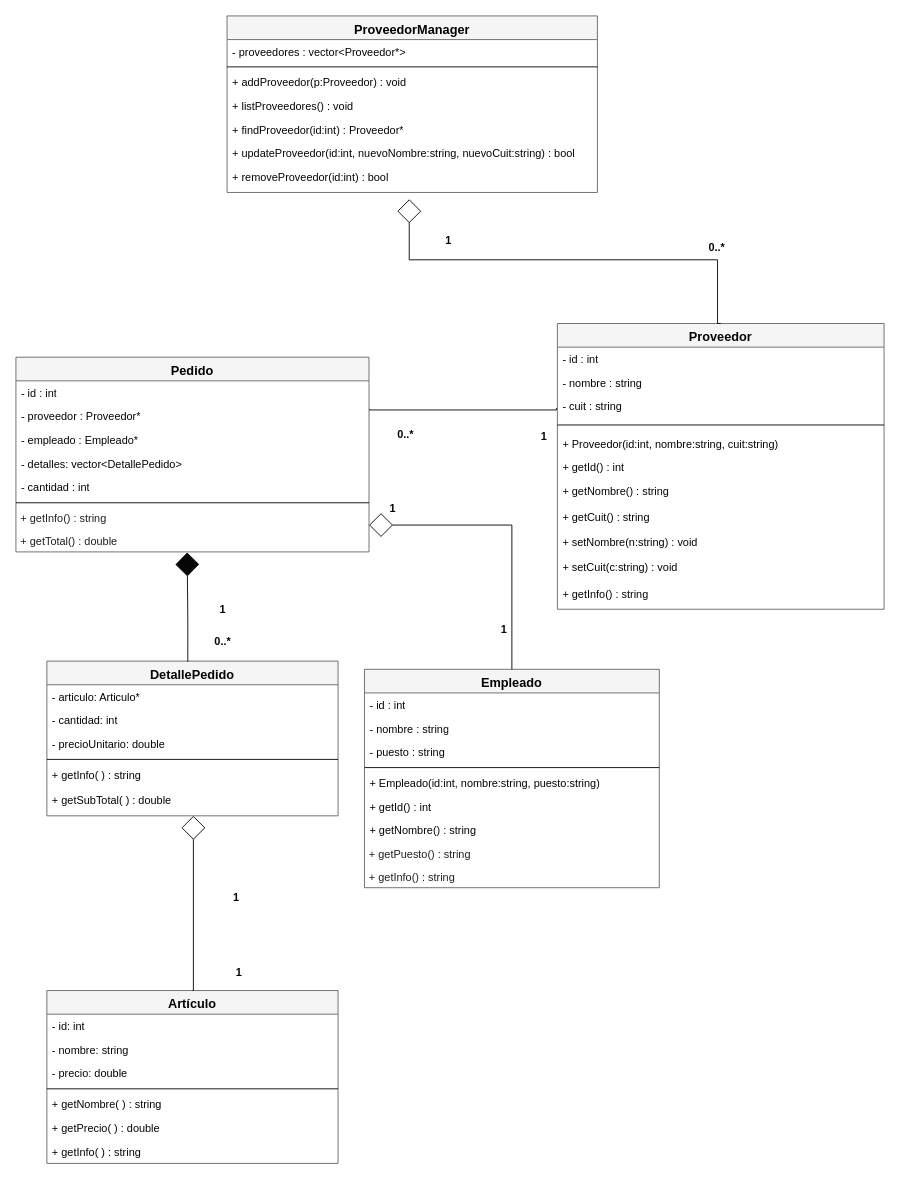
Earlier version of the draw.io diagram uml/diagrama.drawio (JasmineSaavedra28/final). Source tidied: cells renumbered, new cells numbered last; positions are measured from the earlier drawing's top-left corner, leaving out a move shared by most shapes. Both pictures are drawn from the tidied source at 91%, with x=0, y=0 at pixel (15, 15).
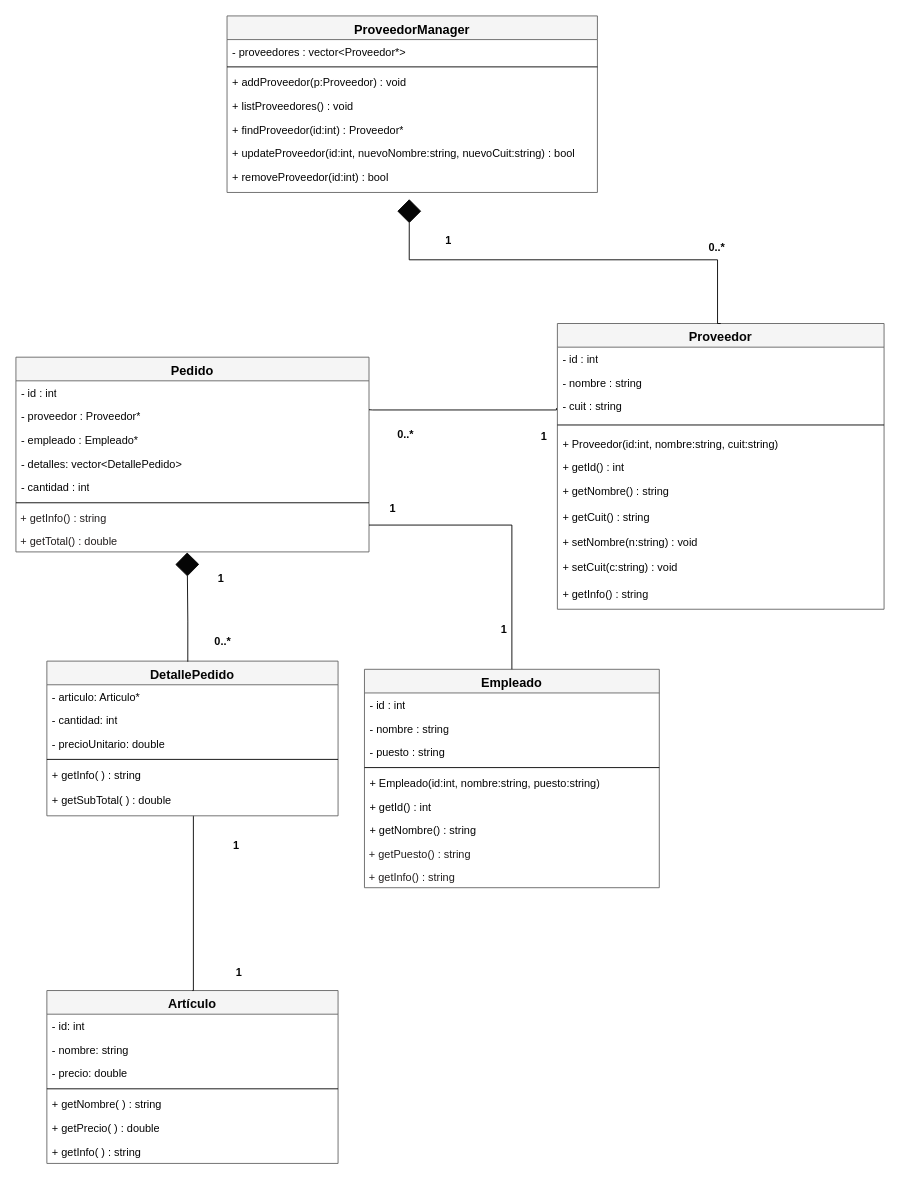
The same page after the edit.

The change refers to these unchanged cells:
```xml
<mxCell id="2" value="&lt;span style=&quot;font-size: 14px;&quot;&gt;&lt;font&gt;Artículo&lt;/font&gt;&lt;/span&gt;" style="swimlane;fontStyle=1;align=center;verticalAlign=top;horizontal=1;startSize=26;whiteSpace=wrap;html=1;fontColor=#050505;strokeColor=#666666;fillColor=#f5f5f5;" parent="1" vertex="1">
  <mxGeometry x="34" y="1071" width="320" height="190" as="geometry" />
</mxCell>
<mxCell id="17" value="&lt;div&gt;+ removeProveedor(id:int) : bool&lt;/div&gt;" style="text;strokeColor=none;fillColor=none;align=left;verticalAlign=top;spacingLeft=4;spacingRight=4;overflow=hidden;points=[[0,0.5],[1,0.5]];portConstraint=eastwest;whiteSpace=wrap;html=1;fontColor=#050505;" parent="10" vertex="1">
  <mxGeometry y="164" width="407" height="30" as="geometry" />
</mxCell>
<mxCell id="28" value="&lt;span style=&quot;font-size: 14px;&quot;&gt;Proveedor&lt;/span&gt;" style="swimlane;fontStyle=1;align=center;verticalAlign=top;horizontal=1;startSize=26;whiteSpace=wrap;html=1;strokeColor=#666666;fillColor=#f5f5f5;fontColor=#050505;" parent="1" vertex="1">
  <mxGeometry x="595" y="338" width="359" height="314" as="geometry" />
</mxCell>
<mxCell id="46" value="&lt;span style=&quot;font-size: 14px;&quot;&gt;Empleado&lt;/span&gt;" style="swimlane;fontStyle=1;align=center;verticalAlign=top;horizontal=1;startSize=26;whiteSpace=wrap;html=1;strokeColor=#666666;fontColor=#000000;fillColor=#f5f5f5;" parent="1" vertex="1">
  <mxGeometry x="383" y="718" width="324" height="240" as="geometry" />
</mxCell>
<mxCell id="67" value="+ getSubTotal( ) : double" style="text;strokeColor=none;fillColor=none;align=left;verticalAlign=top;spacingLeft=4;spacingRight=4;overflow=hidden;points=[[0,0.5],[1,0.5]];portConstraint=eastwest;whiteSpace=wrap;html=1;fontColor=#050505;" parent="61" vertex="1">
  <mxGeometry y="140" width="320" height="30" as="geometry" />
</mxCell>
```

Change to the diagram source:
```diff
@@
     <mxCell id="40" value="1" style="text;align=center;fontStyle=1;verticalAlign=middle;spacingLeft=3;spacingRight=3;strokeColor=none;html=1;fontColor=#050505;" parent="1" vertex="1">
-      <mxGeometry x="232" y="956" width="20" height="26" as="geometry" />
+      <mxGeometry x="232" y="899" width="20" height="26" as="geometry" />
     </mxCell>
-    <mxCell id="41" style="edgeStyle=orthogonalEdgeStyle;shape=connector;rounded=0;html=1;exitX=0.5;exitY=0;exitDx=0;exitDy=0;entryX=0.492;entryY=1.245;entryDx=0;entryDy=0;labelBackgroundColor=default;strokeColor=#050505;fontFamily=Helvetica;fontSize=11;fontColor=#050505;endArrow=diamond;endFill=0;endSize=24;startArrow=none;startFill=0;entryPerimeter=0;" parent="1" edge="1" source="28" target="17">
+    <mxCell id="41" style="edgeStyle=orthogonalEdgeStyle;shape=connector;rounded=0;html=1;exitX=0.5;exitY=0;exitDx=0;exitDy=0;entryX=0.492;entryY=1.245;entryDx=0;entryDy=0;labelBackgroundColor=default;strokeColor=#050505;fontFamily=Helvetica;fontSize=11;fontColor=#050505;endArrow=diamond;endFill=1;endSize=24;startArrow=none;startFill=0;entryPerimeter=0;" parent="1" edge="1" source="28" target="17">
       <mxGeometry relative="1" as="geometry">
         <Array as="points">
           <mxPoint x="771" y="338" />
           <mxPoint x="771" y="268" />
           <mxPoint x="432" y="268" />
         </Array>
       </mxGeometry>
     </mxCell>
@@
-    <mxCell id="58" style="edgeStyle=orthogonalEdgeStyle;shape=connector;rounded=0;html=1;labelBackgroundColor=default;strokeColor=#050505;fontFamily=Helvetica;fontSize=11;fontColor=#050505;endArrow=diamond;endFill=0;endSize=24;startArrow=none;startFill=0;exitX=0.5;exitY=0;exitDx=0;exitDy=0;" parent="1" edge="1" source="2" target="67">
+    <mxCell id="58" style="edgeStyle=orthogonalEdgeStyle;shape=connector;rounded=0;html=1;labelBackgroundColor=default;strokeColor=#050505;fontFamily=Helvetica;fontSize=11;fontColor=#050505;endArrow=none;endFill=0;endSize=24;startArrow=none;startFill=0;exitX=0.5;exitY=0;exitDx=0;exitDy=0;" parent="1" edge="1" source="2" target="67">
       <mxGeometry relative="1" as="geometry">
         <Array as="points">
           <mxPoint x="195" y="1071" />
         </Array>
       </mxGeometry>
     </mxCell>
@@
-    <mxCell id="60" style="edgeStyle=orthogonalEdgeStyle;shape=connector;rounded=0;html=1;labelBackgroundColor=default;strokeColor=#050505;fontFamily=Helvetica;fontSize=11;fontColor=#050505;endArrow=diamond;endFill=0;endSize=24;startArrow=none;startFill=0;exitX=0.5;exitY=0;exitDx=0;exitDy=0;entryX=1;entryY=0.5;entryDx=0;entryDy=0;" parent="1" edge="1" source="46">
+    <mxCell id="60" style="edgeStyle=orthogonalEdgeStyle;shape=connector;rounded=0;html=1;labelBackgroundColor=default;strokeColor=#050505;fontFamily=Helvetica;fontSize=11;fontColor=#050505;endArrow=none;endFill=0;endSize=24;startArrow=none;startFill=0;exitX=0.5;exitY=0;exitDx=0;exitDy=0;entryX=1;entryY=0.5;entryDx=0;entryDy=0;" parent="1" edge="1" source="46">
       <mxGeometry relative="1" as="geometry">
         <mxPoint x="388" y="559.5" as="targetPoint" />
         <Array as="points">
           <mxPoint x="545" y="560" />
         </Array>
       </mxGeometry>
     </mxCell>
@@
     <mxCell id="69" value="1" style="text;align=center;fontStyle=1;verticalAlign=middle;spacingLeft=3;spacingRight=3;strokeColor=none;html=1;fontColor=#050505;" parent="1" vertex="1">
-      <mxGeometry x="217" y="640" width="20" height="26" as="geometry" />
+      <mxGeometry x="215" y="606" width="20" height="26" as="geometry" />
     </mxCell>
```
